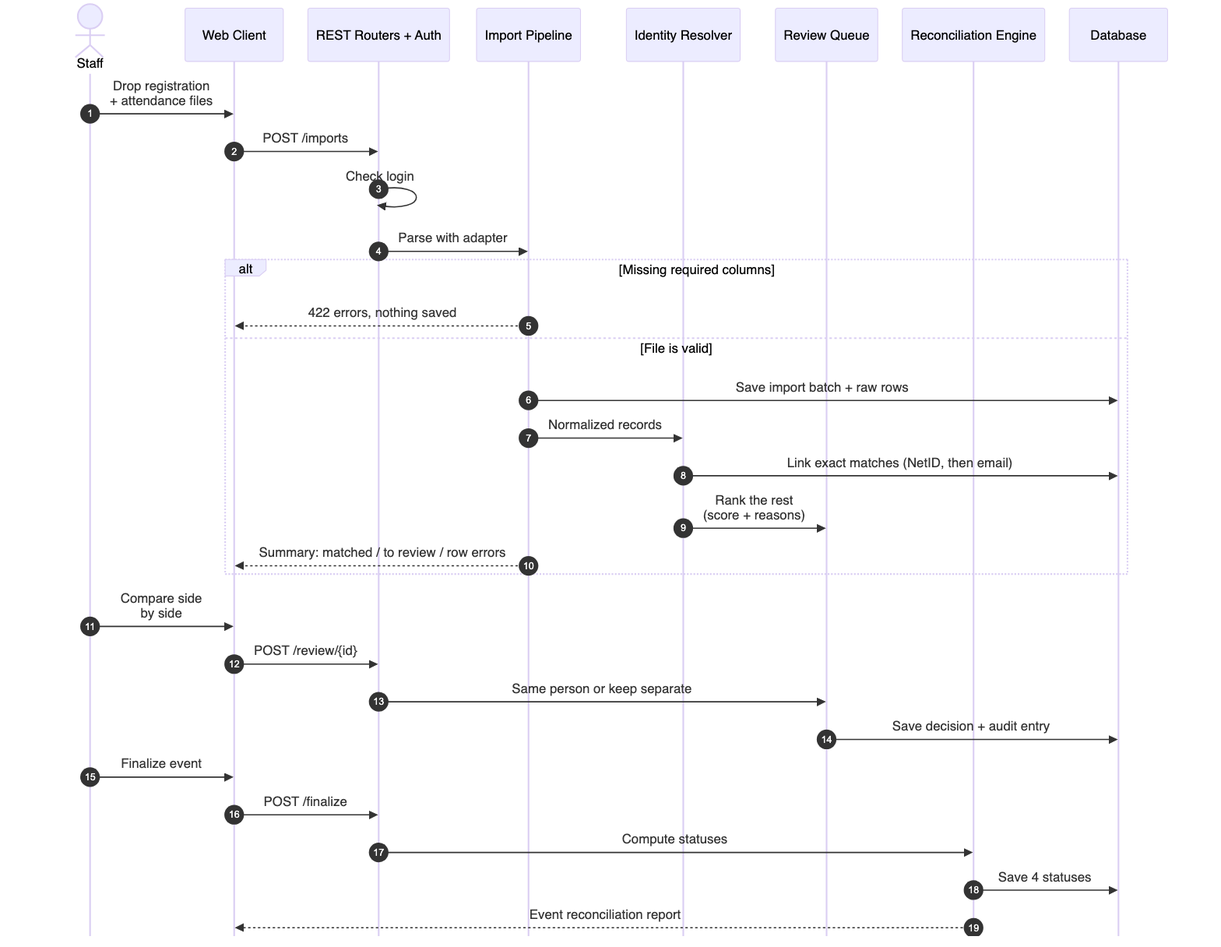
This is assignment/SWE276P/assignment/assignment1/diagrams/seq-reconcile-event.png from eric-song-dev/SWE277P, a Mermaid export, as it was before one commit. Its source is kept beside it as assignment/SWE276P/assignment/assignment1/diagrams/seq-reconcile-event.mmd. Its diagram source:
```mermaid
sequenceDiagram
    autonumber
    actor S as Staff
    participant W as Web Client
    participant R as REST Routers + Auth
    participant I as Import Pipeline
    participant M as Identity Resolver
    participant Q as Review Queue
    participant E as Reconciliation Engine
    participant D as Database

    S->>W: Drop registration<br/>+ attendance files
    W->>R: POST /imports
    R->>R: Check login
    R->>I: Parse with adapter
    alt Missing required columns
        I-->>W: 422 errors, nothing saved
    else File is valid
        I->>D: Save import batch + raw rows
        I->>M: Normalized records
        M->>D: Link exact matches (NetID, then email)
        M->>Q: Rank the rest<br/>(score + reasons)
        I-->>W: Summary: matched / to review / row errors
    end
    S->>W: Compare side<br/>by side
    W->>R: POST /review/{id}
    R->>Q: Same person or keep separate
    Q->>D: Save decision + audit entry
    S->>W: Finalize event
    W->>R: POST /finalize
    R->>E: Compute statuses
    E->>D: Save 4 statuses
    E-->>W: Event reconciliation report
```
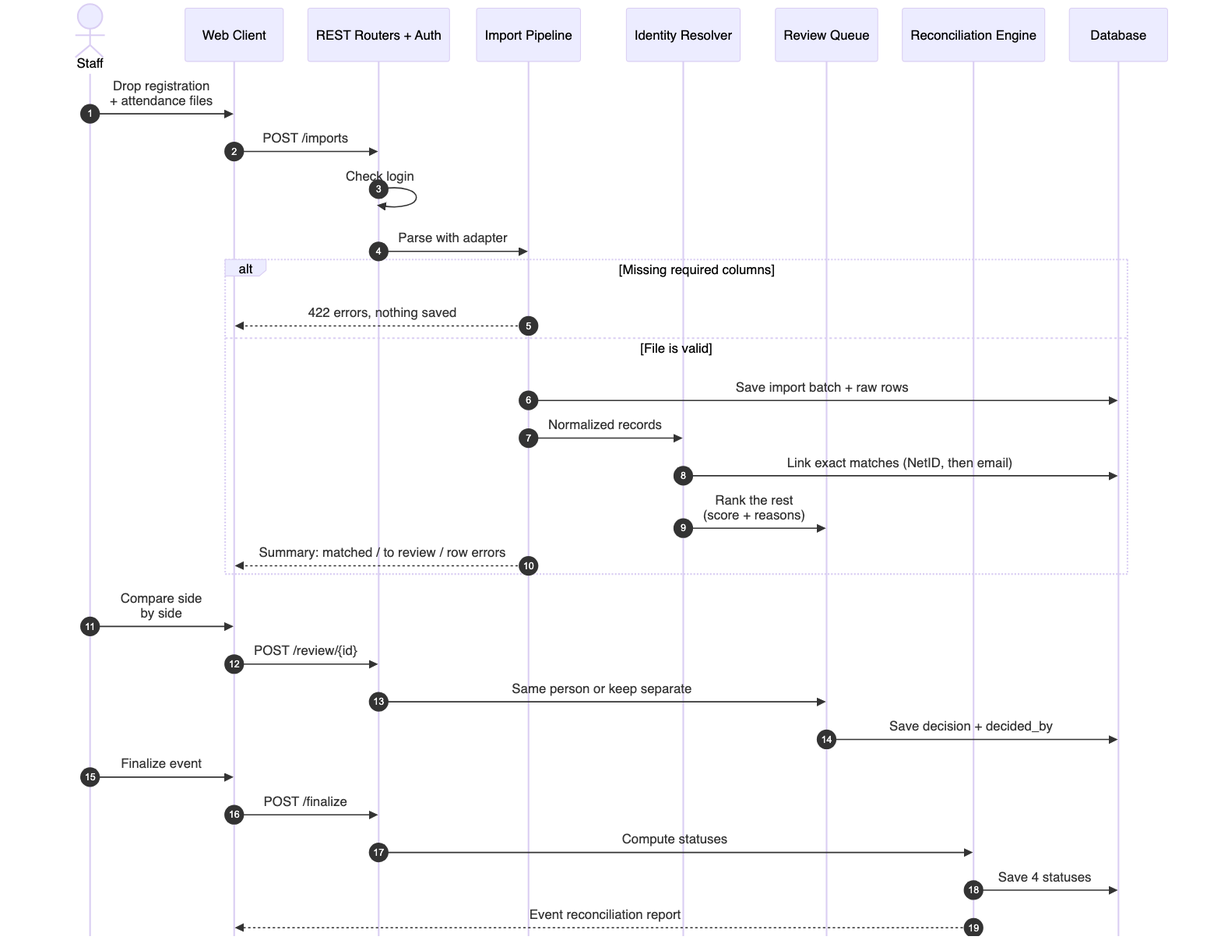
After the commit.

Diff of the diagram source:
```diff
@@ -25,7 +25,7 @@
     S->>W: Compare side<br/>by side
     W->>R: POST /review/{id}
     R->>Q: Same person or keep separate
-    Q->>D: Save decision + audit entry
+    Q->>D: Save decision + decided_by
     S->>W: Finalize event
     W->>R: POST /finalize
     R->>E: Compute statuses
```
